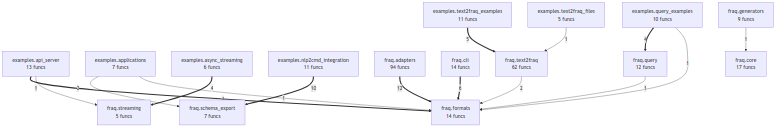
Earlier version of the Mermaid export project/compact_flow.png (wronai/fraq). Its source is kept beside it as project/compact_flow.mmd.
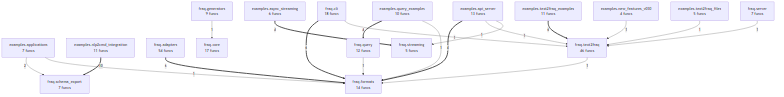
After the commit.

Diff of the diagram source:
```diff
@@ -2,31 +2,37 @@
     examples_api_server["examples.api_server<br/>13 funcs"]
     examples_applications["examples.applications<br/>7 funcs"]
     examples_async_streaming["examples.async_streaming<br/>6 funcs"]
+    examples_new_features_v030["examples.new_features_v030<br/>4 funcs"]
     examples_nlp2cmd_integration["examples.nlp2cmd_integration<br/>11 funcs"]
     examples_query_examples["examples.query_examples<br/>10 funcs"]
     examples_text2fraq_examples["examples.text2fraq_examples<br/>11 funcs"]
     examples_text2fraq_files["examples.text2fraq_files<br/>5 funcs"]
-    fraq_adapters["fraq.adapters<br/>94 funcs"]
-    fraq_cli["fraq.cli<br/>14 funcs"]
+    fraq_adapters["fraq.adapters<br/>54 funcs"]
+    fraq_cli["fraq.cli<br/>18 funcs"]
     fraq_core["fraq.core<br/>17 funcs"]
     fraq_formats["fraq.formats<br/>14 funcs"]
     fraq_generators["fraq.generators<br/>9 funcs"]
     fraq_query["fraq.query<br/>12 funcs"]
     fraq_schema_export["fraq.schema_export<br/>7 funcs"]
+    fraq_server["fraq.server<br/>7 funcs"]
     fraq_streaming["fraq.streaming<br/>5 funcs"]
-    fraq_text2fraq["fraq.text2fraq<br/>62 funcs"]
-    fraq_adapters ==>|12| fraq_formats
+    fraq_text2fraq["fraq.text2fraq<br/>46 funcs"]
     examples_nlp2cmd_integration ==>|10| fraq_schema_export
     fraq_cli ==>|6| fraq_formats
-    examples_text2fraq_examples ==>|5| fraq_text2fraq
+    examples_text2fraq_examples ==>|6| fraq_text2fraq
+    fraq_adapters ==>|6| fraq_formats
     examples_async_streaming ==>|4| fraq_streaming
     examples_query_examples ==>|4| fraq_query
     examples_api_server ==>|4| fraq_formats
     examples_applications -->|2| fraq_schema_export
-    fraq_text2fraq -->|2| fraq_formats
     fraq_generators -->|1| fraq_core
+    fraq_cli -->|1| fraq_text2fraq
     examples_applications -->|1| fraq_formats
     examples_query_examples -->|1| fraq_formats
+    fraq_query -->|1| fraq_formats
+    examples_new_features_v030 -->|1| fraq_text2fraq
+    examples_api_server -->|1| fraq_text2fraq
     examples_api_server -->|1| fraq_streaming
     examples_text2fraq_files -->|1| fraq_text2fraq
-    fraq_query -->|1| fraq_formats
+    fraq_text2fraq -->|1| fraq_formats
+    fraq_server -->|1| fraq_text2fraq
```
